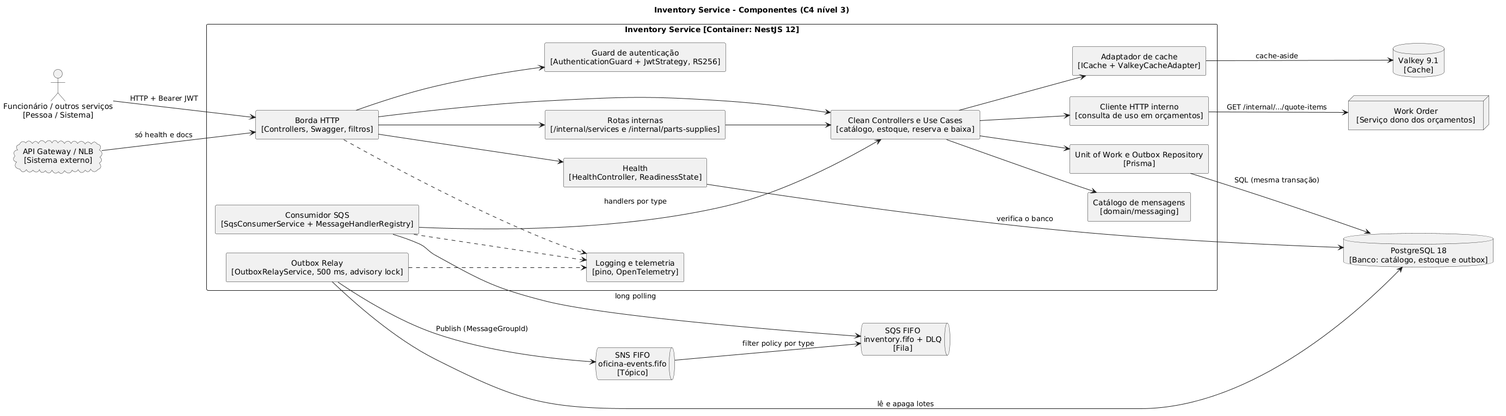
Above: docs/c4/images/c4-component.png in FIAP-15SOAT/oficina-mecanica-inventory-service (PlantUML), before the change.
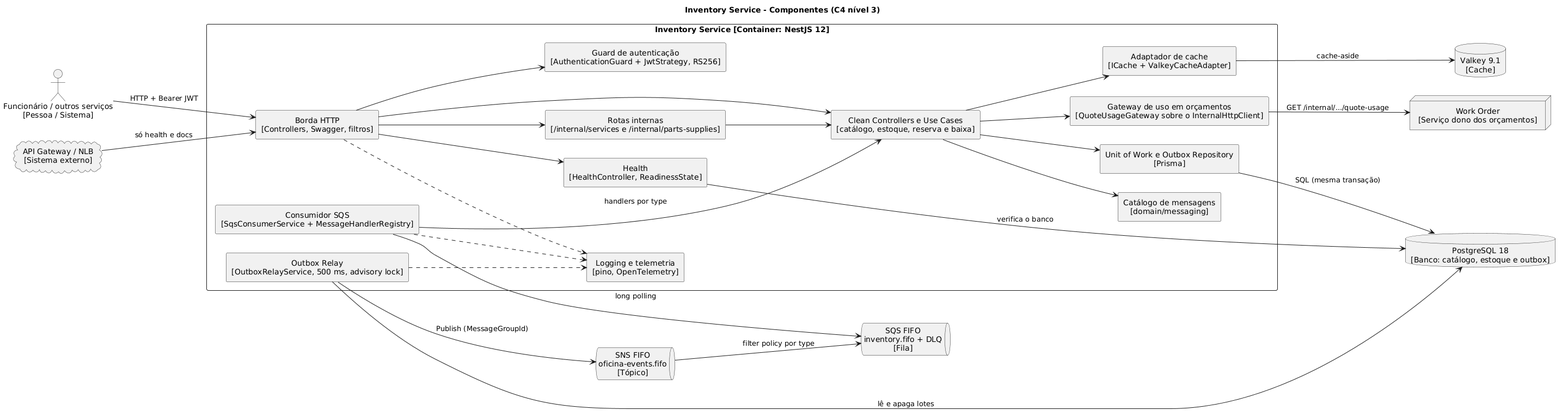
After the commit.

What changed in the source:
```diff
@@ -23,7 +23,7 @@
   component "Outbox Relay\n[OutboxRelayService, 500 ms, advisory lock]" as relay
   component "Consumidor SQS\n[SqsConsumerService + MessageHandlerRegistry]" as consumer
   component "Adaptador de cache\n[ICache + ValkeyCacheAdapter]" as cache
-  component "Cliente HTTP interno\n[consulta de uso em orçamentos]" as internal
+  component "Gateway de uso em orçamentos\n[QuoteUsageGateway sobre o InternalHttpClient]" as internal
 component "Rotas internas\n[/internal/services e /internal/parts-supplies]" as internalroutes
   component "Logging e telemetria\n[pino, OpenTelemetry]" as obs
 }
@@ -40,7 +40,7 @@
 usecases --> uow
 usecases --> cache
 usecases --> internal
-internal --> workorder : GET /internal/.../quote-items
+internal --> workorder : GET /internal/.../quote-usage
 uow --> pg : SQL (mesma transação)
 relay --> pg : lê e apaga lotes
 relay --> sns : Publish (MessageGroupId)
```
